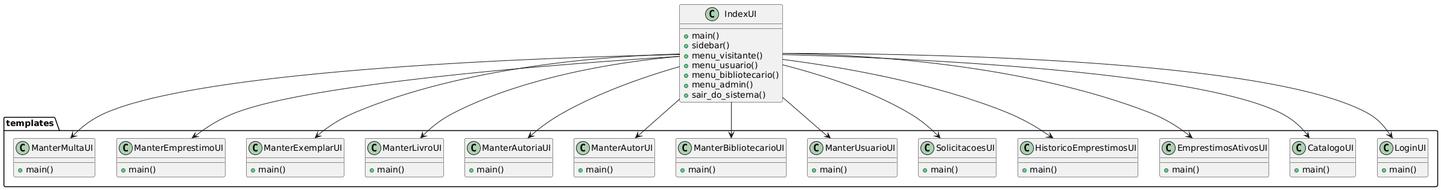
The PlantUML diagram docs/diagrama-de-classes/classes_poo/classes_interface.png in ViniciusC-Moura/bibliotechv2, before a commit. Its source is kept beside it as docs/diagrama-de-classes/classes_poo/classes_interface.puml. Its diagram source:
```plantuml
@startuml

package "templates" {

  class LoginUI {
    + main()
  }

  class CatalogoUI {
    + main()
  }

  class EmprestimosAtivosUI {
    + main()
  }

  class HistoricoEmprestimosUI {
    + main()
  }

  class SolicitacoesUI {
    + main()
  }

  class ManterUsuarioUI {
    + main()
  }

  class ManterBibliotecarioUI {
    + main()
  }

  class ManterAutorUI {
    + main()
  }

  class ManterAutoriaUI {
    + main()
  }

  class ManterLivroUI {
    + main()
  }

  class ManterExemplarUI {
    + main()
  }

  class ManterEmprestimoUI {
    + main()
  }

  class ManterMultaUI {
    + main()
  }
}

class IndexUI {
  + main()
  + sidebar()
  + menu_visitante()
  + menu_usuario()
  + menu_bibliotecario()
  + menu_admin()
  + sair_do_sistema()
}


IndexUI --> LoginUI
IndexUI --> CatalogoUI
IndexUI --> EmprestimosAtivosUI
IndexUI --> HistoricoEmprestimosUI
IndexUI --> SolicitacoesUI

IndexUI --> ManterUsuarioUI
IndexUI --> ManterBibliotecarioUI
IndexUI --> ManterAutorUI
IndexUI --> ManterAutoriaUI
IndexUI --> ManterLivroUI
IndexUI --> ManterExemplarUI
IndexUI --> ManterEmprestimoUI
IndexUI --> ManterMultaUI

@enduml
```
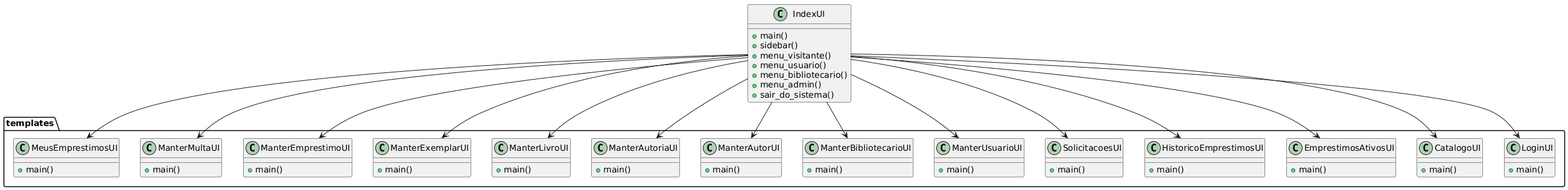
Later version of the same file.

What changed in the source:
```diff
@@ -53,6 +53,9 @@
   class ManterMultaUI {
     + main()
   }
+  class MeusEmprestimosUI {
+    + main()
+  }
 }
 
 class IndexUI {
@@ -71,6 +74,7 @@
 IndexUI --> EmprestimosAtivosUI
 IndexUI --> HistoricoEmprestimosUI
 IndexUI --> SolicitacoesUI
+IndexUI --> MeusEmprestimosUI
 
 IndexUI --> ManterUsuarioUI
 IndexUI --> ManterBibliotecarioUI
```
